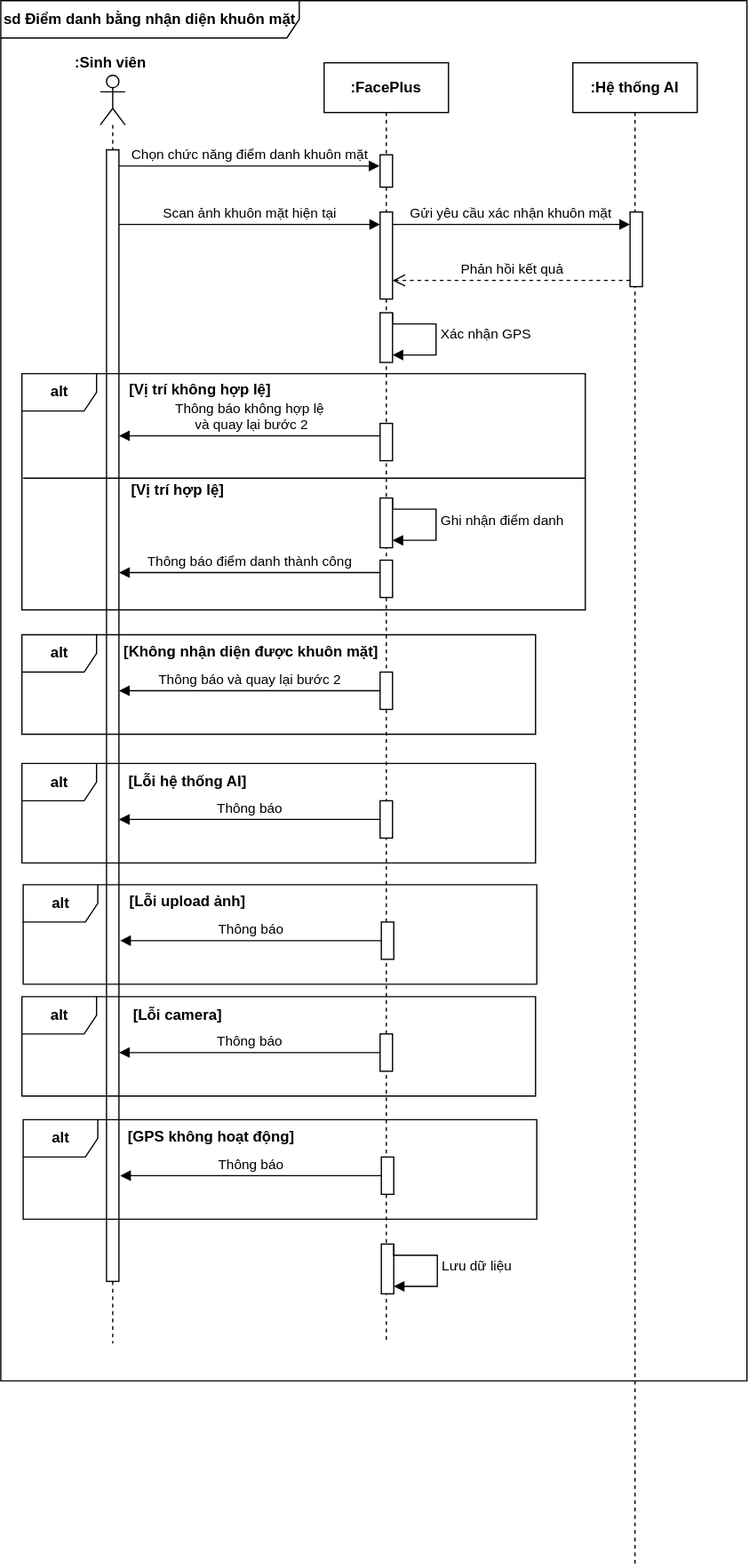
The draw.io diagram [W3] SequenceDiagram 4.drawio.svg in ntmly/ThuchanhphattrienhethongTTNT, before a commit. Source tidied: cells renumbered, new cells last; positions are measured from the earlier drawing's top-left corner, leaving out a move shared by most shapes.
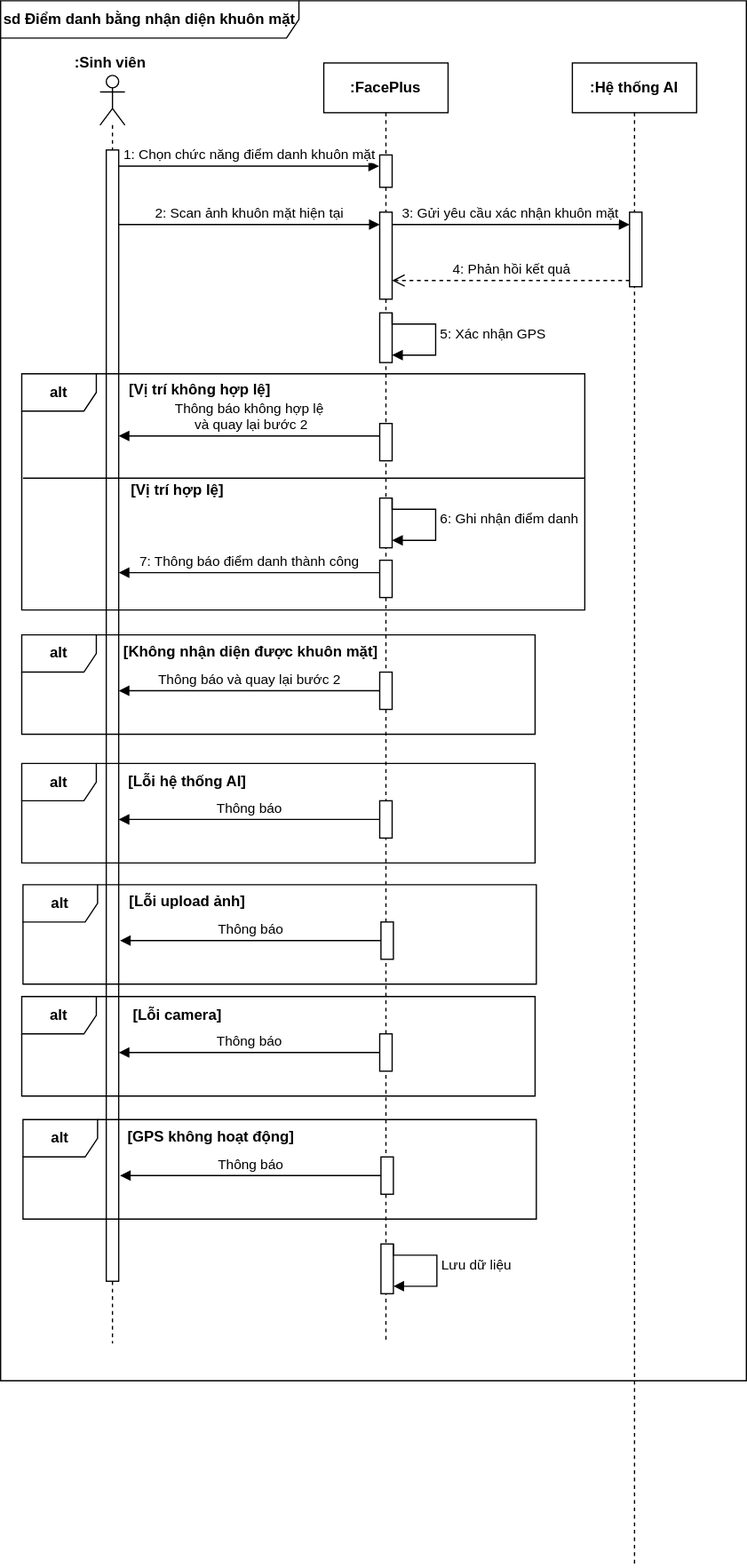
After the change.

Commit message:
Cập nhật [W3] SequenceDiagram 4.drawio.svg

What changed in the source:
```diff
@@ -23,7 +23,7 @@
     <mxCell id="8" style="html=1;perimeter=orthogonalPerimeter;targetShapes=umlLifeline;newEdgeStyle={&quot;curved&quot;:0,&quot;rounded&quot;:0};" parent="5" vertex="1">
       <mxGeometry x="45" y="201" width="10" height="40" as="geometry" />
     </mxCell>
-    <mxCell id="9" value="Xác nhận GPS" style="html=1;align=left;spacingLeft=2;endArrow=block;rounded=0;edgeStyle=orthogonalEdgeStyle;curved=0;rounded=0;exitX=1;exitY=0;exitDx=0;exitDy=5;exitPerimeter=0;" parent="5" edge="1">
+    <mxCell id="9" value="5: Xác nhận GPS" style="html=1;align=left;spacingLeft=2;endArrow=block;rounded=0;edgeStyle=orthogonalEdgeStyle;curved=0;rounded=0;exitX=1;exitY=0;exitDx=0;exitDy=5;exitPerimeter=0;" parent="5" edge="1">
       <mxGeometry relative="1" as="geometry">
         <mxPoint x="55" y="201" as="sourcePoint" />
         <mxPoint x="55" y="235" as="targetPoint" />
@@ -36,7 +36,7 @@
     <mxCell id="10" style="html=1;perimeter=orthogonalPerimeter;targetShapes=umlLifeline;newEdgeStyle={&quot;curved&quot;:0,&quot;rounded&quot;:0};" parent="5" vertex="1">
       <mxGeometry x="45" y="350" width="10" height="40" as="geometry" />
     </mxCell>
-    <mxCell id="11" value="Ghi nhận điểm danh" style="html=1;align=left;spacingLeft=2;endArrow=block;rounded=0;edgeStyle=orthogonalEdgeStyle;curved=0;rounded=0;exitX=1;exitY=0;exitDx=0;exitDy=5;exitPerimeter=0;" parent="5" edge="1">
+    <mxCell id="11" value="6: Ghi nhận điểm danh" style="html=1;align=left;spacingLeft=2;endArrow=block;rounded=0;edgeStyle=orthogonalEdgeStyle;curved=0;rounded=0;exitX=1;exitY=0;exitDx=0;exitDy=5;exitPerimeter=0;" parent="5" edge="1">
       <mxGeometry relative="1" as="geometry">
         <mxPoint x="55" y="350" as="sourcePoint" />
         <mxPoint x="55" y="384" as="targetPoint" />
@@ -86,25 +86,25 @@
     <mxCell id="22" value="&lt;b&gt;:Sinh viên&lt;/b&gt;" style="text;html=1;align=center;verticalAlign=middle;strokeColor=none;fillColor=none;" parent="1" vertex="1">
       <mxGeometry x="48" y="35" width="80" height="30" as="geometry" />
     </mxCell>
-    <mxCell id="23" value="Chọn chức năng điểm danh khuôn mặt" style="html=1;verticalAlign=bottom;endArrow=block;curved=0;rounded=0;" parent="1" edge="1">
+    <mxCell id="23" value="1: Chọn chức năng điểm danh khuôn mặt" style="html=1;verticalAlign=bottom;endArrow=block;curved=0;rounded=0;" parent="1" edge="1">
       <mxGeometry relative="1" as="geometry">
         <mxPoint x="95" y="133" as="sourcePoint" />
         <mxPoint x="304.5" y="133" as="targetPoint" />
       </mxGeometry>
     </mxCell>
-    <mxCell id="24" value="Scan ảnh khuôn mặt hiện tại" style="html=1;verticalAlign=bottom;endArrow=block;curved=0;rounded=0;entryX=0;entryY=1;entryDx=0;entryDy=-5;entryPerimeter=0;" parent="1" edge="1">
+    <mxCell id="24" value="2: Scan ảnh khuôn mặt hiện tại" style="html=1;verticalAlign=bottom;endArrow=block;curved=0;rounded=0;entryX=0;entryY=1;entryDx=0;entryDy=-5;entryPerimeter=0;" parent="1" edge="1">
       <mxGeometry relative="1" as="geometry">
         <mxPoint x="95" y="180" as="sourcePoint" />
         <mxPoint x="305" y="180" as="targetPoint" />
       </mxGeometry>
     </mxCell>
-    <mxCell id="25" value="Gửi yêu cầu xác nhận khuôn mặt" style="html=1;verticalAlign=bottom;endArrow=block;curved=0;rounded=0;entryX=0;entryY=0;entryDx=0;entryDy=5;exitX=1;exitY=0;exitDx=0;exitDy=5;exitPerimeter=0;" parent="1" edge="1">
+    <mxCell id="25" value="3: Gửi yêu cầu xác nhận khuôn mặt" style="html=1;verticalAlign=bottom;endArrow=block;curved=0;rounded=0;entryX=0;entryY=0;entryDx=0;entryDy=5;exitX=1;exitY=0;exitDx=0;exitDy=5;exitPerimeter=0;" parent="1" edge="1">
       <mxGeometry relative="1" as="geometry">
         <mxPoint x="315" y="180" as="sourcePoint" />
         <mxPoint x="506" y="180" as="targetPoint" />
       </mxGeometry>
     </mxCell>
-    <mxCell id="26" value="Phản hồi kết quả" style="html=1;verticalAlign=bottom;endArrow=open;dashed=1;endSize=8;curved=0;rounded=0;exitX=0;exitY=1;exitDx=0;exitDy=-5;" parent="1" edge="1" source="21" target="7">
+    <mxCell id="26" value="4: Phản hồi kết quả" style="html=1;verticalAlign=bottom;endArrow=open;dashed=1;endSize=8;curved=0;rounded=0;exitX=0;exitY=1;exitDx=0;exitDy=-5;" parent="1" edge="1" source="21" target="7">
       <mxGeometry relative="1" as="geometry" />
     </mxCell>
     <mxCell id="27" value="&lt;b&gt;alt&lt;/b&gt;" style="shape=umlFrame;whiteSpace=wrap;html=1;" parent="1" vertex="1">
@@ -128,7 +128,7 @@
     <mxCell id="32" value="&lt;b&gt;[Vị trí hợp lệ]&lt;/b&gt;" style="text;html=1;align=center;verticalAlign=middle;strokeColor=none;fillColor=none;" parent="1" vertex="1">
       <mxGeometry x="92" y="379" width="100" height="30" as="geometry" />
     </mxCell>
-    <mxCell id="33" value="Thông báo điểm danh thành công" style="html=1;verticalAlign=bottom;endArrow=block;curved=0;rounded=0;" parent="1" edge="1">
+    <mxCell id="33" value="7: Thông báo điểm danh thành công" style="html=1;verticalAlign=bottom;endArrow=block;curved=0;rounded=0;" parent="1" edge="1">
       <mxGeometry relative="1" as="geometry">
         <mxPoint x="305" y="460" as="sourcePoint" />
         <mxPoint x="95" y="460" as="targetPoint" />
```
